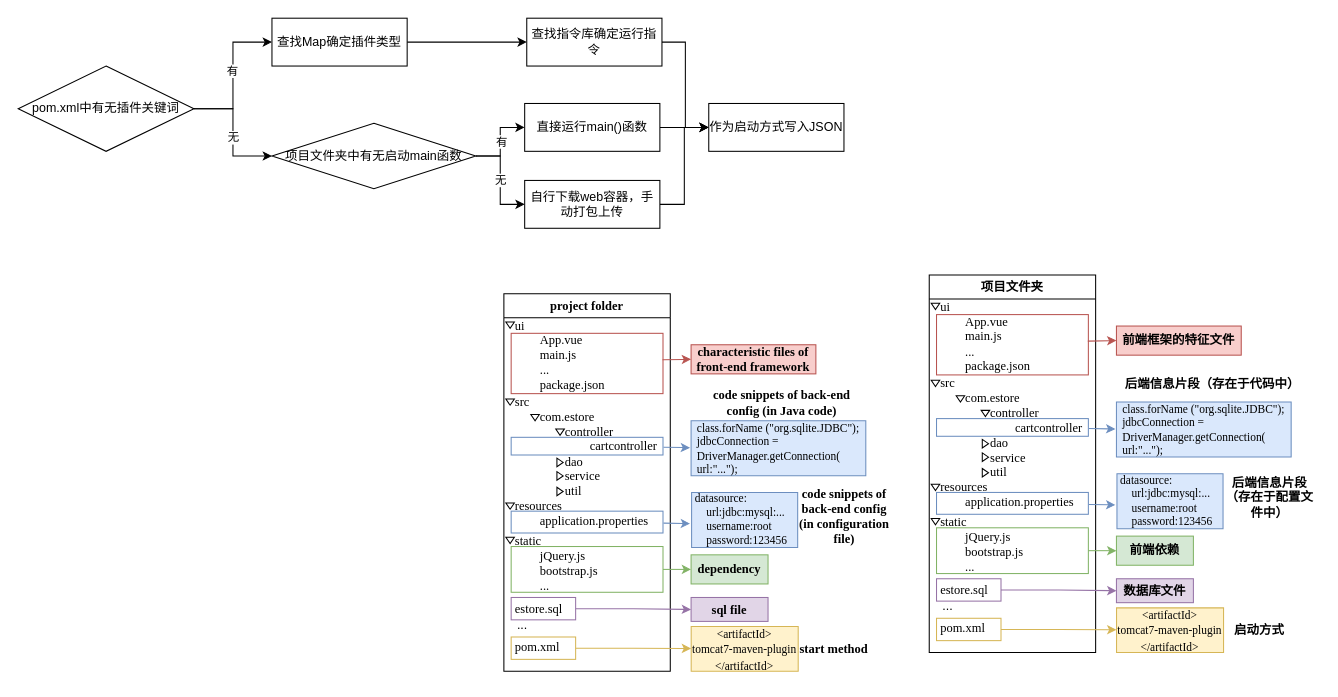
The draw.io diagram method.drawio in PAL4JavaWeb/homework, before the edit. Source tidied: cells renumbered, new cells numbered last; positions are measured from the earlier drawing's top-left corner, leaving out a move shared by most shapes. Both pictures are drawn from the tidied source at 104%, with x=0, y=0 at pixel (18, 18).
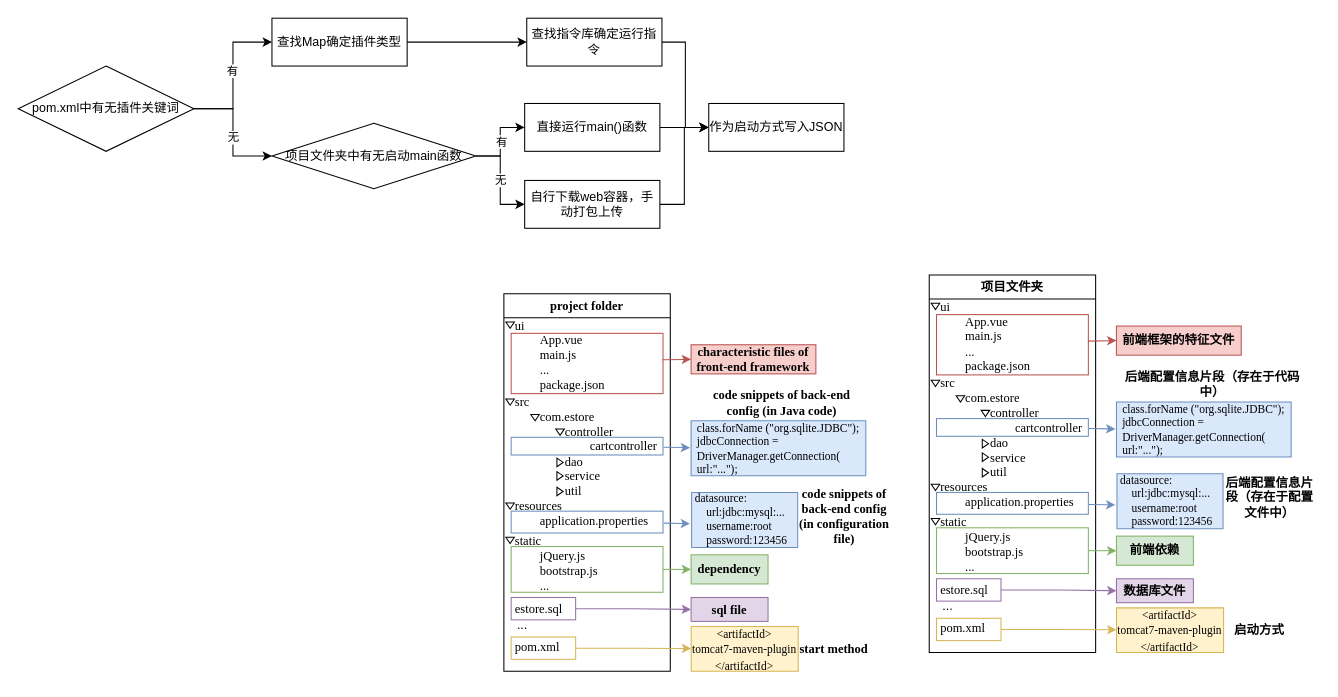
Above is the later version.

What changed in the source:
```diff
@@
-    <mxCell id="76" value="后端信息片段（存在于代码中）" style="text;html=1;align=center;verticalAlign=middle;whiteSpace=wrap;rounded=0;fontFamily=Times New Roman;fontStyle=1;" parent="1" vertex="1">
+    <mxCell id="76" value="后端配置信息片段（存在于代码中）" style="text;html=1;align=center;verticalAlign=middle;whiteSpace=wrap;rounded=0;fontFamily=Times New Roman;fontStyle=1;" parent="1" vertex="1">
       <mxGeometry x="1061.5" y="349.4" width="172.5" height="4.7" as="geometry" />
     </mxCell>
@@
-    <mxCell id="89" value="后端信息片段（存在于配置文件中）" style="text;html=1;align=center;verticalAlign=middle;whiteSpace=wrap;rounded=0;fontFamily=Times New Roman;fontStyle=1;" parent="1" vertex="1">
+    <mxCell id="89" value="后端配置信息片段（存在于配置文件中）" style="text;html=1;align=center;verticalAlign=middle;whiteSpace=wrap;rounded=0;fontFamily=Times New Roman;fontStyle=1;" parent="1" vertex="1">
       <mxGeometry x="1155" y="454" width="97" height="14.2" as="geometry" />
     </mxCell>
```
